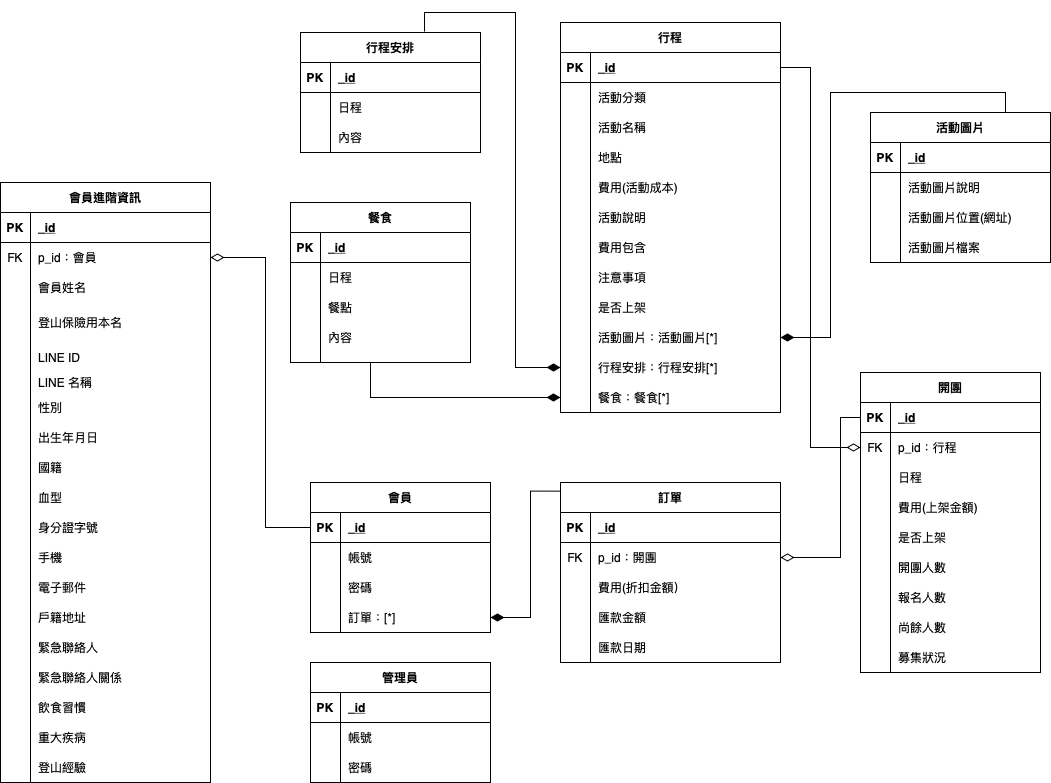
This is Untitled Diagram.png from Yizi-Yeh/MT-Databaseplanning, a draw.io export, as it was before one commit. Source tidied: cells renumbered, new cells last; positions are measured from the earlier drawing's top-left corner, leaving out a move shared by most shapes.
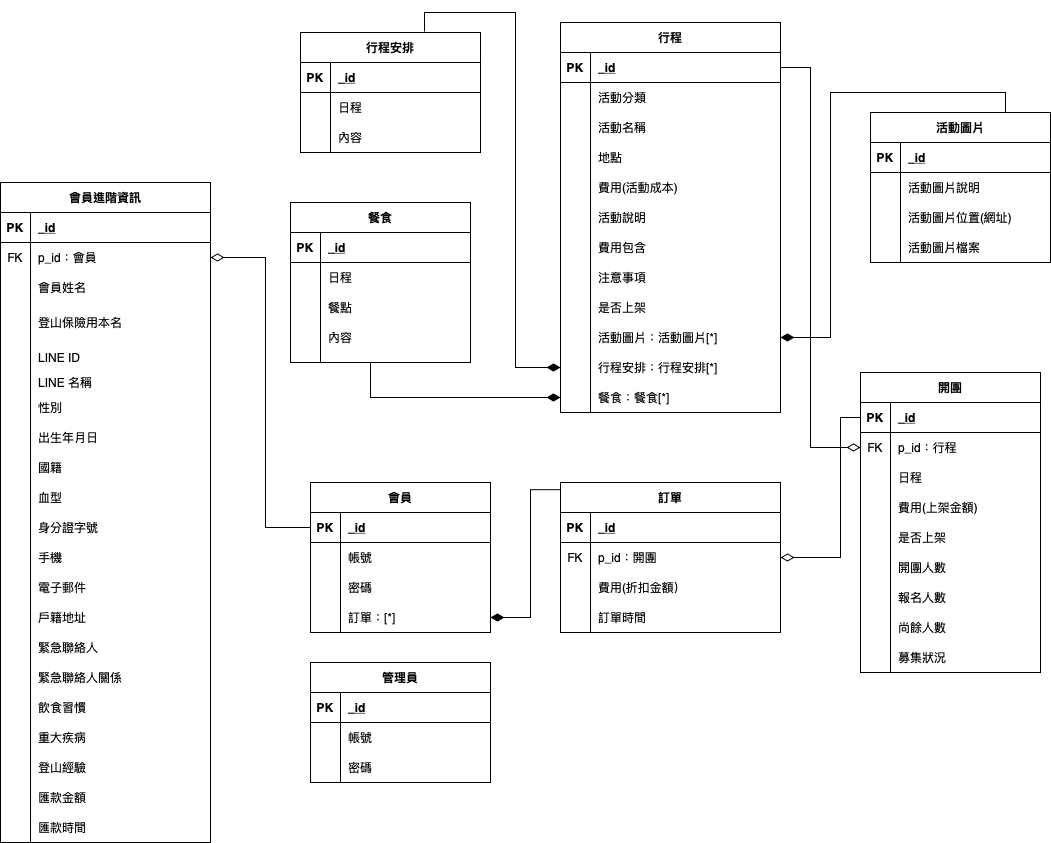
After the change.

Commit message:
資料庫規劃_R11.png

Diff of the diagram source:
```diff
@@ -345,7 +345,7 @@
       <mxGeometry x="30" width="150" height="30" as="geometry" />
     </mxCell>
     <mxCell id="116" value="訂單" style="shape=table;startSize=30;rowLines=0;fontStyle=1;align=center;fillColor=none;" parent="1" vertex="1">
-      <mxGeometry x="560" y="460" width="220" height="180" as="geometry" />
+      <mxGeometry x="560" y="460" width="220" height="150" as="geometry" />
     </mxCell>
     <mxCell id="117" style="shape=partialRectangle;fillColor=none;top=0;left=0;bottom=1;right=0;" parent="116" vertex="1">
       <mxGeometry y="30" width="220" height="30" as="geometry" />
@@ -380,18 +380,9 @@
     <mxCell id="127" style="shape=partialRectangle;fillColor=none;top=0;left=0;bottom=0;right=0;overflow=hidden;" parent="126" vertex="1">
       <mxGeometry width="30" height="30" as="geometry" />
     </mxCell>
-    <mxCell id="128" value="匯款金額" style="shape=partialRectangle;fillColor=none;top=0;left=0;bottom=0;right=0;align=left;spacingLeft=6;overflow=hidden;" parent="126" vertex="1">
+    <mxCell id="128" value="訂單時間" style="shape=partialRectangle;fillColor=none;top=0;left=0;bottom=0;right=0;align=left;spacingLeft=6;overflow=hidden;" parent="126" vertex="1">
       <mxGeometry x="30" width="190" height="30" as="geometry" />
     </mxCell>
-    <mxCell id="129" style="shape=partialRectangle;fillColor=none;top=0;left=0;bottom=0;right=0;" parent="116" vertex="1">
-      <mxGeometry y="150" width="220" height="30" as="geometry" />
-    </mxCell>
-    <mxCell id="130" style="shape=partialRectangle;fillColor=none;top=0;left=0;bottom=0;right=0;overflow=hidden;" parent="129" vertex="1">
-      <mxGeometry width="30" height="30" as="geometry" />
-    </mxCell>
-    <mxCell id="131" value="匯款日期" style="shape=partialRectangle;fillColor=none;top=0;left=0;bottom=0;right=0;align=left;spacingLeft=6;overflow=hidden;" parent="129" vertex="1">
-      <mxGeometry x="30" width="190" height="30" as="geometry" />
-    </mxCell>
     <mxCell id="132" style="edgeStyle=orthogonalEdgeStyle;rounded=0;jettySize=auto;html=1;entryX=1;entryY=0.5;entryDx=0;entryDy=0;startArrow=diamondThin;startFill=0;startSize=11;endArrow=none;endFill=0;endSize=10;strokeWidth=1;" parent="1" edge="1" source="43" target="3">
       <mxGeometry relative="1" as="geometry">
         <Array as="points">
@@ -431,7 +422,7 @@
       <mxGeometry x="30" width="150" height="30" as="geometry" />
     </mxCell>
     <mxCell id="143" value="會員進階資訊" style="shape=table;startSize=30;rowLines=0;fontStyle=1;align=center;fillColor=none;" parent="1" vertex="1">
-      <mxGeometry y="160" width="210" height="600" as="geometry" />
+      <mxGeometry y="160" width="210" height="660" as="geometry" />
     </mxCell>
     <mxCell id="144" style="shape=partialRectangle;fillColor=none;top=0;left=0;bottom=1;right=0;" parent="143" vertex="1">
       <mxGeometry y="30" width="210" height="30" as="geometry" />
@@ -604,6 +595,24 @@
     <mxCell id="200" value="登山經驗" style="shape=partialRectangle;fillColor=none;top=0;left=0;bottom=0;right=0;align=left;spacingLeft=6;overflow=hidden;" parent="198" vertex="1">
       <mxGeometry x="30" width="180" height="30" as="geometry" />
     </mxCell>
+    <mxCell id="207" style="shape=partialRectangle;fillColor=none;top=0;left=0;bottom=0;right=0;" parent="143" vertex="1">
+      <mxGeometry y="600" width="210" height="30" as="geometry" />
+    </mxCell>
+    <mxCell id="208" style="shape=partialRectangle;fillColor=none;top=0;left=0;bottom=0;right=0;overflow=hidden;" parent="207" vertex="1">
+      <mxGeometry width="30" height="30" as="geometry" />
+    </mxCell>
+    <mxCell id="209" value="匯款金額" style="shape=partialRectangle;fillColor=none;top=0;left=0;bottom=0;right=0;align=left;spacingLeft=6;overflow=hidden;" parent="207" vertex="1">
+      <mxGeometry x="30" width="180" height="30" as="geometry" />
+    </mxCell>
+    <mxCell id="210" style="shape=partialRectangle;fillColor=none;top=0;left=0;bottom=0;right=0;" parent="143" vertex="1">
+      <mxGeometry y="630" width="210" height="30" as="geometry" />
+    </mxCell>
+    <mxCell id="211" style="shape=partialRectangle;fillColor=none;top=0;left=0;bottom=0;right=0;overflow=hidden;" parent="210" vertex="1">
+      <mxGeometry width="30" height="30" as="geometry" />
+    </mxCell>
+    <mxCell id="212" value="匯款時間" style="shape=partialRectangle;fillColor=none;top=0;left=0;bottom=0;right=0;align=left;spacingLeft=6;overflow=hidden;" parent="210" vertex="1">
+      <mxGeometry x="30" width="180" height="30" as="geometry" />
+    </mxCell>
     <mxCell id="201" style="edgeStyle=orthogonalEdgeStyle;rounded=0;jettySize=auto;html=1;exitX=0;exitY=0.5;exitDx=0;exitDy=0;entryX=1;entryY=0.5;entryDx=0;entryDy=0;endArrow=diamondThin;endFill=0;strokeWidth=1;endSize=11;startArrow=none;startFill=0;sourcePerimeterSpacing=9;targetPerimeterSpacing=13;startSize=11;" parent="1" edge="1" source="104" target="147">
       <mxGeometry relative="1" as="geometry" />
     </mxCell>
```
